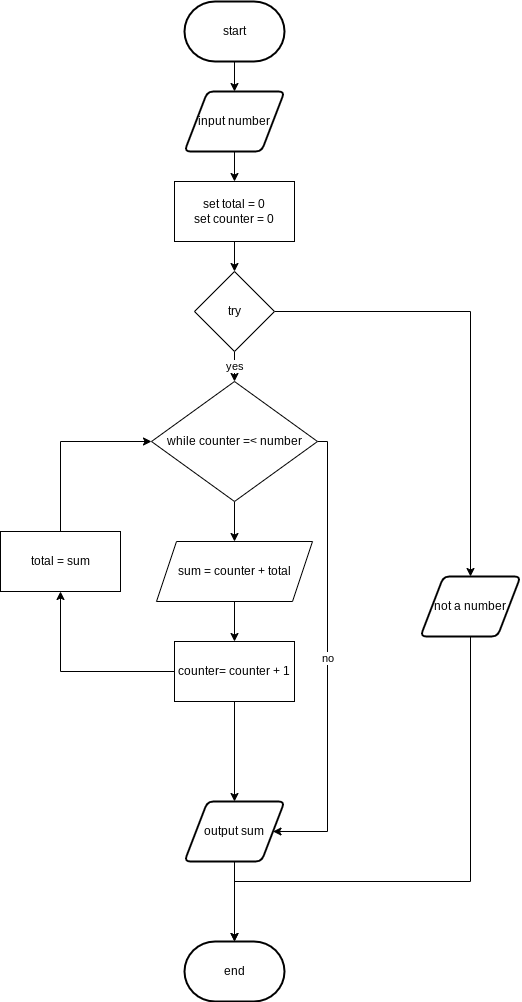
devin-jhu/ICS3U-Assignment5-Python keeps this draw.io diagram as flow.png. Above is the earlier version. Source tidied: cells renumbered, new cells last; positions are measured from the earlier drawing's top-left corner, leaving out a move shared by most shapes. The source it was exported from:
```xml
<mxGraphModel>
  <root>
    <mxCell id="0" />
    <mxCell id="1" parent="0" />
    <mxCell id="2" style="edgeStyle=none;html=1;exitX=0.5;exitY=1;exitDx=0;exitDy=0;exitPerimeter=0;entryX=0.5;entryY=0;entryDx=0;entryDy=0;" parent="1" edge="1" source="3" target="5">
      <mxGeometry relative="1" as="geometry" />
    </mxCell>
    <mxCell id="3" value="start" style="strokeWidth=2;html=1;shape=mxgraph.flowchart.terminator;whiteSpace=wrap;" parent="1" vertex="1">
      <mxGeometry x="184" width="100" height="60" as="geometry" />
    </mxCell>
    <mxCell id="4" style="edgeStyle=none;html=1;exitX=0.5;exitY=1;exitDx=0;exitDy=0;" parent="1" edge="1" source="5" target="18">
      <mxGeometry relative="1" as="geometry" />
    </mxCell>
    <mxCell id="5" value="input number" style="shape=parallelogram;html=1;strokeWidth=2;perimeter=parallelogramPerimeter;whiteSpace=wrap;rounded=1;arcSize=12;size=0.23;" parent="1" vertex="1">
      <mxGeometry x="184" y="90" width="100" height="60" as="geometry" />
    </mxCell>
    <mxCell id="6" style="edgeStyle=none;html=1;exitX=0.5;exitY=1;exitDx=0;exitDy=0;entryX=0.5;entryY=0;entryDx=0;entryDy=0;entryPerimeter=0;" parent="1" edge="1" source="7" target="8">
      <mxGeometry relative="1" as="geometry" />
    </mxCell>
    <mxCell id="7" value="output sum" style="shape=parallelogram;html=1;strokeWidth=2;perimeter=parallelogramPerimeter;whiteSpace=wrap;rounded=1;arcSize=12;size=0.23;" parent="1" vertex="1">
      <mxGeometry x="184" y="800" width="100" height="60" as="geometry" />
    </mxCell>
    <mxCell id="8" value="end" style="strokeWidth=2;html=1;shape=mxgraph.flowchart.terminator;whiteSpace=wrap;" parent="1" vertex="1">
      <mxGeometry x="184" y="940" width="100" height="60" as="geometry" />
    </mxCell>
    <mxCell id="9" value="yes" style="edgeStyle=none;html=1;exitX=0.5;exitY=1;exitDx=0;exitDy=0;entryX=0.5;entryY=0;entryDx=0;entryDy=0;" parent="1" edge="1" source="11" target="14">
      <mxGeometry relative="1" as="geometry" />
    </mxCell>
    <mxCell id="10" style="edgeStyle=orthogonalEdgeStyle;shape=connector;rounded=0;html=1;exitX=1;exitY=0.5;exitDx=0;exitDy=0;labelBackgroundColor=default;fontFamily=Helvetica;fontSize=11;fontColor=default;endArrow=classic;strokeColor=default;entryX=0.5;entryY=0;entryDx=0;entryDy=0;" parent="1" edge="1" source="11" target="26">
      <mxGeometry relative="1" as="geometry" />
    </mxCell>
    <mxCell id="11" value="try" style="rhombus;whiteSpace=wrap;html=1;" parent="1" vertex="1">
      <mxGeometry x="194" y="270" width="80" height="80" as="geometry" />
    </mxCell>
    <mxCell id="12" style="edgeStyle=none;html=1;entryX=0.5;entryY=0;entryDx=0;entryDy=0;" parent="1" edge="1" source="14" target="16">
      <mxGeometry relative="1" as="geometry" />
    </mxCell>
    <mxCell id="13" value="no" style="edgeStyle=orthogonalEdgeStyle;shape=connector;rounded=0;html=1;exitX=1;exitY=0.5;exitDx=0;exitDy=0;labelBackgroundColor=default;fontFamily=Helvetica;fontSize=11;fontColor=default;endArrow=classic;strokeColor=default;entryX=1;entryY=0.5;entryDx=0;entryDy=0;" parent="1" edge="1" source="14" target="7">
      <mxGeometry relative="1" as="geometry">
        <Array as="points">
          <mxPoint x="327" y="440" />
          <mxPoint x="327" y="830" />
        </Array>
      </mxGeometry>
    </mxCell>
    <mxCell id="14" value="while counter =&amp;lt; number" style="rhombus;whiteSpace=wrap;html=1;" parent="1" vertex="1">
      <mxGeometry x="151" y="380" width="166" height="120" as="geometry" />
    </mxCell>
    <mxCell id="15" style="edgeStyle=none;html=1;exitX=0.5;exitY=1;exitDx=0;exitDy=0;" parent="1" edge="1" source="16" target="22">
      <mxGeometry relative="1" as="geometry" />
    </mxCell>
    <mxCell id="16" value="sum = counter + total" style="shape=parallelogram;perimeter=parallelogramPerimeter;whiteSpace=wrap;html=1;fixedSize=1;" parent="1" vertex="1">
      <mxGeometry x="156" y="540" width="156" height="60" as="geometry" />
    </mxCell>
    <mxCell id="17" style="edgeStyle=none;html=1;exitX=0.5;exitY=1;exitDx=0;exitDy=0;entryX=0.5;entryY=0;entryDx=0;entryDy=0;" parent="1" edge="1" source="18" target="11">
      <mxGeometry relative="1" as="geometry" />
    </mxCell>
    <mxCell id="18" value="set total = 0&lt;br&gt;set counter = 0" style="rounded=0;whiteSpace=wrap;html=1;" parent="1" vertex="1">
      <mxGeometry x="174" y="180" width="120" height="60" as="geometry" />
    </mxCell>
    <mxCell id="19" style="edgeStyle=orthogonalEdgeStyle;html=1;exitX=0;exitY=0.5;exitDx=0;exitDy=0;entryX=0;entryY=0.5;entryDx=0;entryDy=0;strokeColor=none;" parent="1" edge="1" source="22" target="14">
      <mxGeometry relative="1" as="geometry" />
    </mxCell>
    <mxCell id="20" style="edgeStyle=orthogonalEdgeStyle;html=1;exitX=0;exitY=0.5;exitDx=0;exitDy=0;rounded=0;" parent="1" edge="1" source="22" target="24">
      <mxGeometry relative="1" as="geometry" />
    </mxCell>
    <mxCell id="21" style="edgeStyle=orthogonalEdgeStyle;shape=connector;rounded=0;html=1;exitX=0.5;exitY=1;exitDx=0;exitDy=0;entryX=0.5;entryY=0;entryDx=0;entryDy=0;labelBackgroundColor=default;fontFamily=Helvetica;fontSize=11;fontColor=default;endArrow=classic;strokeColor=default;" parent="1" edge="1" source="22" target="7">
      <mxGeometry relative="1" as="geometry" />
    </mxCell>
    <mxCell id="22" value="counter= counter + 1" style="rounded=0;whiteSpace=wrap;html=1;" parent="1" vertex="1">
      <mxGeometry x="174" y="640" width="120" height="60" as="geometry" />
    </mxCell>
    <mxCell id="23" style="edgeStyle=orthogonalEdgeStyle;html=1;exitX=0.5;exitY=0;exitDx=0;exitDy=0;entryX=0;entryY=0.5;entryDx=0;entryDy=0;rounded=0;" parent="1" edge="1" source="24" target="14">
      <mxGeometry relative="1" as="geometry" />
    </mxCell>
    <mxCell id="24" value="total = sum" style="rounded=0;whiteSpace=wrap;html=1;" parent="1" vertex="1">
      <mxGeometry y="530" width="120" height="60" as="geometry" />
    </mxCell>
    <mxCell id="25" style="edgeStyle=orthogonalEdgeStyle;shape=connector;rounded=0;html=1;exitX=0.5;exitY=1;exitDx=0;exitDy=0;entryX=0.5;entryY=0;entryDx=0;entryDy=0;entryPerimeter=0;labelBackgroundColor=default;fontFamily=Helvetica;fontSize=11;fontColor=default;endArrow=classic;strokeColor=default;" parent="1" edge="1" source="26" target="8">
      <mxGeometry relative="1" as="geometry">
        <Array as="points">
          <mxPoint x="470" y="880" />
          <mxPoint x="234" y="880" />
        </Array>
      </mxGeometry>
    </mxCell>
    <mxCell id="26" value="not a number" style="shape=parallelogram;html=1;strokeWidth=2;perimeter=parallelogramPerimeter;whiteSpace=wrap;rounded=1;arcSize=12;size=0.23;" parent="1" vertex="1">
      <mxGeometry x="420" y="575" width="100" height="60" as="geometry" />
    </mxCell>
  </root>
</mxGraphModel>
```
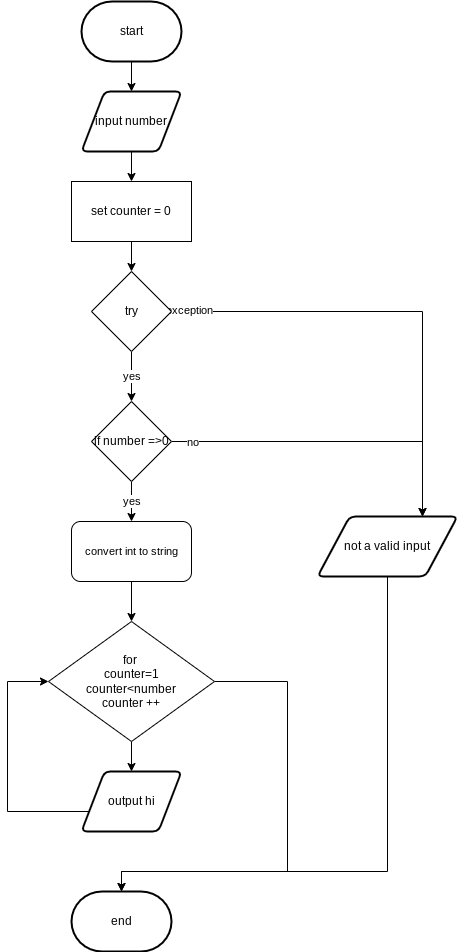
After the change.

Diff of the diagram source:
```diff
@@ -8,84 +8,89 @@
     <mxCell id="3" value="start" style="strokeWidth=2;html=1;shape=mxgraph.flowchart.terminator;whiteSpace=wrap;" parent="1" vertex="1">
       <mxGeometry x="184" width="100" height="60" as="geometry" />
     </mxCell>
-    <mxCell id="4" style="edgeStyle=none;html=1;exitX=0.5;exitY=1;exitDx=0;exitDy=0;" parent="1" edge="1" source="5" target="18">
-      <mxGeometry relative="1" as="geometry" />
-    </mxCell>
+    <mxCell id="27" style="edgeStyle=none;html=1;exitX=0.5;exitY=1;exitDx=0;exitDy=0;" parent="1" edge="1" source="5" target="34">
+      <mxGeometry relative="1" as="geometry" />
+    </mxCell>
     <mxCell id="5" value="input number" style="shape=parallelogram;html=1;strokeWidth=2;perimeter=parallelogramPerimeter;whiteSpace=wrap;rounded=1;arcSize=12;size=0.23;" parent="1" vertex="1">
       <mxGeometry x="184" y="90" width="100" height="60" as="geometry" />
     </mxCell>
-    <mxCell id="6" style="edgeStyle=none;html=1;exitX=0.5;exitY=1;exitDx=0;exitDy=0;entryX=0.5;entryY=0;entryDx=0;entryDy=0;entryPerimeter=0;" parent="1" edge="1" source="7" target="8">
-      <mxGeometry relative="1" as="geometry" />
-    </mxCell>
-    <mxCell id="7" value="output sum" style="shape=parallelogram;html=1;strokeWidth=2;perimeter=parallelogramPerimeter;whiteSpace=wrap;rounded=1;arcSize=12;size=0.23;" parent="1" vertex="1">
-      <mxGeometry x="184" y="800" width="100" height="60" as="geometry" />
-    </mxCell>
+    <mxCell id="28" style="edgeStyle=orthogonalEdgeStyle;shape=connector;rounded=0;html=1;exitX=0;exitY=0.5;exitDx=0;exitDy=0;entryX=0;entryY=0.5;entryDx=0;entryDy=0;labelBackgroundColor=default;fontFamily=Helvetica;fontSize=11;fontColor=default;endArrow=classic;strokeColor=default;" parent="1" edge="1" source="29" target="32">
+      <mxGeometry relative="1" as="geometry">
+        <Array as="points">
+          <mxPoint x="110" y="810" />
+          <mxPoint x="110" y="680" />
+        </Array>
+      </mxGeometry>
+    </mxCell>
+    <mxCell id="29" value="output hi" style="shape=parallelogram;html=1;strokeWidth=2;perimeter=parallelogramPerimeter;whiteSpace=wrap;rounded=1;arcSize=12;size=0.23;" parent="1" vertex="1">
+      <mxGeometry x="184" y="770" width="100" height="60" as="geometry" />
+    </mxCell>
     <mxCell id="8" value="end" style="strokeWidth=2;html=1;shape=mxgraph.flowchart.terminator;whiteSpace=wrap;" parent="1" vertex="1">
-      <mxGeometry x="184" y="940" width="100" height="60" as="geometry" />
+      <mxGeometry x="174" y="890" width="100" height="60" as="geometry" />
     </mxCell>
-    <mxCell id="9" value="yes" style="edgeStyle=none;html=1;exitX=0.5;exitY=1;exitDx=0;exitDy=0;entryX=0.5;entryY=0;entryDx=0;entryDy=0;" parent="1" edge="1" source="11" target="14">
-      <mxGeometry relative="1" as="geometry" />
-    </mxCell>
-    <mxCell id="10" style="edgeStyle=orthogonalEdgeStyle;shape=connector;rounded=0;html=1;exitX=1;exitY=0.5;exitDx=0;exitDy=0;labelBackgroundColor=default;fontFamily=Helvetica;fontSize=11;fontColor=default;endArrow=classic;strokeColor=default;entryX=0.5;entryY=0;entryDx=0;entryDy=0;" parent="1" edge="1" source="11" target="26">
-      <mxGeometry relative="1" as="geometry" />
-    </mxCell>
+    <mxCell id="30" style="edgeStyle=orthogonalEdgeStyle;shape=connector;rounded=0;html=1;exitX=1;exitY=0.5;exitDx=0;exitDy=0;labelBackgroundColor=default;fontFamily=Helvetica;fontSize=11;fontColor=default;endArrow=classic;strokeColor=default;entryX=0.5;entryY=0;entryDx=0;entryDy=0;entryPerimeter=0;" parent="1" edge="1" source="32" target="8">
+      <mxGeometry relative="1" as="geometry">
+        <Array as="points">
+          <mxPoint x="390" y="680" />
+          <mxPoint x="390" y="870" />
+          <mxPoint x="224" y="870" />
+        </Array>
+      </mxGeometry>
+    </mxCell>
+    <mxCell id="31" style="edgeStyle=none;html=1;exitX=0.5;exitY=1;exitDx=0;exitDy=0;entryX=0.5;entryY=0;entryDx=0;entryDy=0;" parent="1" edge="1" source="32" target="29">
+      <mxGeometry relative="1" as="geometry" />
+    </mxCell>
+    <mxCell id="32" value="for&amp;nbsp;&lt;br&gt;counter=1&lt;br&gt;counter&amp;lt;number&lt;br&gt;counter ++" style="rhombus;whiteSpace=wrap;html=1;" parent="1" vertex="1">
+      <mxGeometry x="151" y="620" width="166" height="120" as="geometry" />
+    </mxCell>
+    <mxCell id="33" style="edgeStyle=none;html=1;exitX=0.5;exitY=1;exitDx=0;exitDy=0;entryX=0.5;entryY=0;entryDx=0;entryDy=0;" parent="1" edge="1" source="34">
+      <mxGeometry relative="1" as="geometry">
+        <mxPoint x="234" y="270" as="targetPoint" />
+      </mxGeometry>
+    </mxCell>
+    <mxCell id="34" value="set counter = 0" style="rounded=0;whiteSpace=wrap;html=1;" parent="1" vertex="1">
+      <mxGeometry x="174" y="180" width="120" height="60" as="geometry" />
+    </mxCell>
+    <mxCell id="35" style="edgeStyle=orthogonalEdgeStyle;shape=connector;rounded=0;html=1;exitX=0.5;exitY=1;exitDx=0;exitDy=0;entryX=0.5;entryY=0;entryDx=0;entryDy=0;entryPerimeter=0;labelBackgroundColor=default;fontFamily=Helvetica;fontSize=11;fontColor=default;endArrow=classic;strokeColor=default;" parent="1" edge="1" source="36" target="8">
+      <mxGeometry relative="1" as="geometry">
+        <Array as="points">
+          <mxPoint x="490" y="870" />
+          <mxPoint x="224" y="870" />
+        </Array>
+      </mxGeometry>
+    </mxCell>
+    <mxCell id="36" value="not a valid input" style="shape=parallelogram;html=1;strokeWidth=2;perimeter=parallelogramPerimeter;whiteSpace=wrap;rounded=1;arcSize=12;size=0.23;" parent="1" vertex="1">
+      <mxGeometry x="420" y="515" width="140" height="60" as="geometry" />
+    </mxCell>
+    <mxCell id="37" value="yes" style="edgeStyle=orthogonalEdgeStyle;shape=connector;rounded=0;html=1;exitX=0.5;exitY=1;exitDx=0;exitDy=0;entryX=0.5;entryY=0;entryDx=0;entryDy=0;labelBackgroundColor=default;fontFamily=Helvetica;fontSize=11;fontColor=default;endArrow=classic;strokeColor=default;" parent="1" edge="1" source="11" target="42">
+      <mxGeometry relative="1" as="geometry" />
+    </mxCell>
+    <mxCell id="38" style="edgeStyle=orthogonalEdgeStyle;shape=connector;rounded=0;html=1;exitX=1;exitY=0.5;exitDx=0;exitDy=0;entryX=0.75;entryY=0;entryDx=0;entryDy=0;labelBackgroundColor=default;fontFamily=Helvetica;fontSize=11;fontColor=default;endArrow=classic;strokeColor=default;" parent="1" edge="1" source="11" target="36">
+      <mxGeometry relative="1" as="geometry" />
+    </mxCell>
+    <mxCell id="39" value="exception" style="edgeLabel;html=1;align=center;verticalAlign=middle;fontSize=11;fontFamily=Helvetica;fontColor=default;" parent="38" vertex="1">
+      <mxGeometry x="-0.93" y="2" relative="1" as="geometry" />
+    </mxCell>
     <mxCell id="11" value="try" style="rhombus;whiteSpace=wrap;html=1;" parent="1" vertex="1">
       <mxGeometry x="194" y="270" width="80" height="80" as="geometry" />
     </mxCell>
-    <mxCell id="12" style="edgeStyle=none;html=1;entryX=0.5;entryY=0;entryDx=0;entryDy=0;" parent="1" edge="1" source="14" target="16">
-      <mxGeometry relative="1" as="geometry" />
-    </mxCell>
+    <mxCell id="40" value="yes" style="edgeStyle=orthogonalEdgeStyle;shape=connector;rounded=0;html=1;exitX=0.5;exitY=1;exitDx=0;exitDy=0;labelBackgroundColor=default;fontFamily=Helvetica;fontSize=11;fontColor=default;endArrow=classic;strokeColor=default;" parent="1" edge="1" source="42" target="44">
+      <mxGeometry relative="1" as="geometry" />
+    </mxCell>
+    <mxCell id="41" style="edgeStyle=orthogonalEdgeStyle;shape=connector;rounded=0;html=1;exitX=1;exitY=0.5;exitDx=0;exitDy=0;entryX=0.75;entryY=0;entryDx=0;entryDy=0;labelBackgroundColor=default;fontFamily=Helvetica;fontSize=11;fontColor=default;endArrow=classic;strokeColor=default;" parent="1" edge="1" source="42" target="36">
+      <mxGeometry relative="1" as="geometry" />
+    </mxCell>
-    <mxCell id="13" value="no" style="edgeStyle=orthogonalEdgeStyle;shape=connector;rounded=0;html=1;exitX=1;exitY=0.5;exitDx=0;exitDy=0;labelBackgroundColor=default;fontFamily=Helvetica;fontSize=11;fontColor=default;endArrow=classic;strokeColor=default;entryX=1;entryY=0.5;entryDx=0;entryDy=0;" parent="1" edge="1" source="14" target="7">
-      <mxGeometry relative="1" as="geometry">
-        <Array as="points">
-          <mxPoint x="327" y="440" />
-          <mxPoint x="327" y="830" />
-        </Array>
-      </mxGeometry>
+    <mxCell id="13" value="no" style="edgeLabel;html=1;align=center;verticalAlign=middle;fontSize=11;fontFamily=Helvetica;fontColor=default;" parent="41" vertex="1">
+      <mxGeometry x="-0.88" relative="1" as="geometry" />
     </mxCell>
-    <mxCell id="14" value="while counter =&amp;lt; number" style="rhombus;whiteSpace=wrap;html=1;" parent="1" vertex="1">
-      <mxGeometry x="151" y="380" width="166" height="120" as="geometry" />
-    </mxCell>
-    <mxCell id="15" style="edgeStyle=none;html=1;exitX=0.5;exitY=1;exitDx=0;exitDy=0;" parent="1" edge="1" source="16" target="22">
-      <mxGeometry relative="1" as="geometry" />
-    </mxCell>
-    <mxCell id="16" value="sum = counter + total" style="shape=parallelogram;perimeter=parallelogramPerimeter;whiteSpace=wrap;html=1;fixedSize=1;" parent="1" vertex="1">
-      <mxGeometry x="156" y="540" width="156" height="60" as="geometry" />
-    </mxCell>
-    <mxCell id="17" style="edgeStyle=none;html=1;exitX=0.5;exitY=1;exitDx=0;exitDy=0;entryX=0.5;entryY=0;entryDx=0;entryDy=0;" parent="1" edge="1" source="18" target="11">
-      <mxGeometry relative="1" as="geometry" />
-    </mxCell>
-    <mxCell id="18" value="set total = 0&lt;br&gt;set counter = 0" style="rounded=0;whiteSpace=wrap;html=1;" parent="1" vertex="1">
-      <mxGeometry x="174" y="180" width="120" height="60" as="geometry" />
-    </mxCell>
-    <mxCell id="19" style="edgeStyle=orthogonalEdgeStyle;html=1;exitX=0;exitY=0.5;exitDx=0;exitDy=0;entryX=0;entryY=0.5;entryDx=0;entryDy=0;strokeColor=none;" parent="1" edge="1" source="22" target="14">
-      <mxGeometry relative="1" as="geometry" />
-    </mxCell>
-    <mxCell id="20" style="edgeStyle=orthogonalEdgeStyle;html=1;exitX=0;exitY=0.5;exitDx=0;exitDy=0;rounded=0;" parent="1" edge="1" source="22" target="24">
-      <mxGeometry relative="1" as="geometry" />
-    </mxCell>
-    <mxCell id="21" style="edgeStyle=orthogonalEdgeStyle;shape=connector;rounded=0;html=1;exitX=0.5;exitY=1;exitDx=0;exitDy=0;entryX=0.5;entryY=0;entryDx=0;entryDy=0;labelBackgroundColor=default;fontFamily=Helvetica;fontSize=11;fontColor=default;endArrow=classic;strokeColor=default;" parent="1" edge="1" source="22" target="7">
-      <mxGeometry relative="1" as="geometry" />
-    </mxCell>
-    <mxCell id="22" value="counter= counter + 1" style="rounded=0;whiteSpace=wrap;html=1;" parent="1" vertex="1">
-      <mxGeometry x="174" y="640" width="120" height="60" as="geometry" />
-    </mxCell>
-    <mxCell id="23" style="edgeStyle=orthogonalEdgeStyle;html=1;exitX=0.5;exitY=0;exitDx=0;exitDy=0;entryX=0;entryY=0.5;entryDx=0;entryDy=0;rounded=0;" parent="1" edge="1" source="24" target="14">
-      <mxGeometry relative="1" as="geometry" />
-    </mxCell>
-    <mxCell id="24" value="total = sum" style="rounded=0;whiteSpace=wrap;html=1;" parent="1" vertex="1">
-      <mxGeometry y="530" width="120" height="60" as="geometry" />
-    </mxCell>
-    <mxCell id="25" style="edgeStyle=orthogonalEdgeStyle;shape=connector;rounded=0;html=1;exitX=0.5;exitY=1;exitDx=0;exitDy=0;entryX=0.5;entryY=0;entryDx=0;entryDy=0;entryPerimeter=0;labelBackgroundColor=default;fontFamily=Helvetica;fontSize=11;fontColor=default;endArrow=classic;strokeColor=default;" parent="1" edge="1" source="26" target="8">
-      <mxGeometry relative="1" as="geometry">
-        <Array as="points">
-          <mxPoint x="470" y="880" />
-          <mxPoint x="234" y="880" />
-        </Array>
-      </mxGeometry>
-    </mxCell>
-    <mxCell id="26" value="not a number" style="shape=parallelogram;html=1;strokeWidth=2;perimeter=parallelogramPerimeter;whiteSpace=wrap;rounded=1;arcSize=12;size=0.23;" parent="1" vertex="1">
-      <mxGeometry x="420" y="575" width="100" height="60" as="geometry" />
-    </mxCell>
+    <mxCell id="42" value="if number =&amp;gt;0" style="rhombus;whiteSpace=wrap;html=1;" parent="1" vertex="1">
+      <mxGeometry x="194" y="400" width="80" height="80" as="geometry" />
+    </mxCell>
+    <mxCell id="43" style="edgeStyle=orthogonalEdgeStyle;shape=connector;rounded=0;html=1;exitX=0.5;exitY=1;exitDx=0;exitDy=0;entryX=0.5;entryY=0;entryDx=0;entryDy=0;labelBackgroundColor=default;fontFamily=Helvetica;fontSize=11;fontColor=default;endArrow=classic;strokeColor=default;" parent="1" edge="1" source="44" target="32">
+      <mxGeometry relative="1" as="geometry" />
+    </mxCell>
+    <mxCell id="44" value="convert int to string" style="rounded=1;whiteSpace=wrap;html=1;fontFamily=Helvetica;fontSize=11;fontColor=default;" parent="1" vertex="1">
+      <mxGeometry x="174" y="520" width="120" height="60" as="geometry" />
+    </mxCell>
   </root>
 </mxGraphModel>
```
